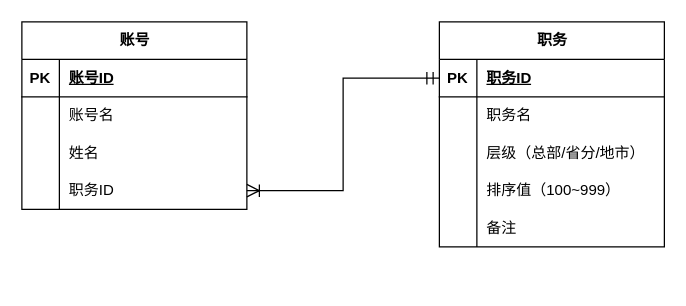
Before: page "职务表模型" (2 of 2) of 铁塔4A2025.drawio in 158698706/tt4a, a draw.io diagram. Source tidied: cells renumbered, new cells numbered last; positions are measured from the earlier drawing's top-left corner, leaving out a move shared by most shapes. Both pictures are drawn from the tidied source at 125%, with x=0, y=0 at pixel (21, 21).
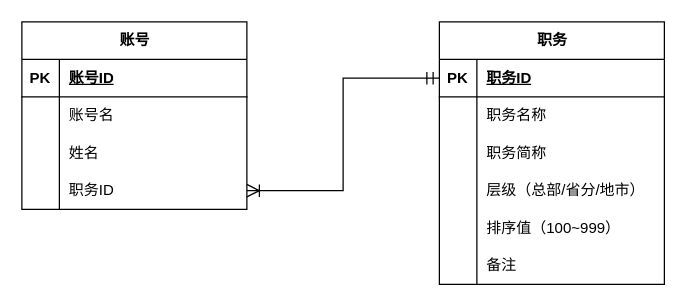
Above is the later version.

The change refers to these unchanged cells:
```xml
<mxCell id="19" style="shape=tableRow;horizontal=0;startSize=0;swimlaneHead=0;swimlaneBody=0;fillColor=none;top=0;left=0;right=0;bottom=0;" parent="15" vertex="1">
  <mxGeometry y="60" width="180" height="30" as="geometry" />
</mxCell>
```

Change to the diagram source:
```diff
@@
     <mxCell id="15" value="职务" style="shape=table;startSize=30;childLayout=tableLayout;rowLines=0;fontStyle=1;align=center;html=1;" parent="1" vertex="1">
-      <mxGeometry x="334" width="180" height="180" as="geometry" />
+      <mxGeometry x="334" width="180" height="210" as="geometry" />
     </mxCell>
@@
-    <mxCell id="21" value="职务名" style="shape=partialRectangle;fillColor=none;top=0;left=0;bottom=0;right=0;align=left;spacingLeft=6;overflow=hidden;whiteSpace=wrap;html=1;" parent="19" vertex="1">
+    <mxCell id="21" value="职务名称" style="shape=partialRectangle;fillColor=none;top=0;left=0;bottom=0;right=0;align=left;spacingLeft=6;overflow=hidden;whiteSpace=wrap;html=1;" parent="19" vertex="1">
       <mxGeometry x="30" width="150" height="30" as="geometry" />
     </mxCell>
+    <mxCell id="32" style="shape=tableRow;horizontal=0;startSize=0;swimlaneHead=0;swimlaneBody=0;fillColor=none;top=0;left=0;right=0;bottom=0;" parent="15" vertex="1">
+      <mxGeometry y="90" width="180" height="30" as="geometry" />
+    </mxCell>
+    <mxCell id="33" style="shape=partialRectangle;fillColor=none;top=0;left=0;bottom=0;right=0;overflow=hidden;whiteSpace=wrap;html=1;" parent="32" vertex="1">
+      <mxGeometry width="30" height="30" as="geometry" />
+    </mxCell>
+    <mxCell id="34" value="职务简称" style="shape=partialRectangle;fillColor=none;top=0;left=0;bottom=0;right=0;align=left;spacingLeft=6;overflow=hidden;whiteSpace=wrap;html=1;" parent="32" vertex="1">
+      <mxGeometry x="30" width="150" height="30" as="geometry" />
+    </mxCell>
     <mxCell id="22" style="shape=tableRow;horizontal=0;startSize=0;swimlaneHead=0;swimlaneBody=0;fillColor=none;top=0;left=0;right=0;bottom=0;" parent="15" vertex="1">
-      <mxGeometry y="90" width="180" height="30" as="geometry" />
+      <mxGeometry y="120" width="180" height="30" as="geometry" />
     </mxCell>
@@
     <mxCell id="25" style="shape=tableRow;horizontal=0;startSize=0;swimlaneHead=0;swimlaneBody=0;fillColor=none;top=0;left=0;right=0;bottom=0;" parent="15" vertex="1">
-      <mxGeometry y="120" width="180" height="30" as="geometry" />
+      <mxGeometry y="150" width="180" height="30" as="geometry" />
     </mxCell>
@@
     <mxCell id="28" style="shape=tableRow;horizontal=0;startSize=0;swimlaneHead=0;swimlaneBody=0;fillColor=none;top=0;left=0;right=0;bottom=0;" parent="15" vertex="1">
-      <mxGeometry y="150" width="180" height="30" as="geometry" />
+      <mxGeometry y="180" width="180" height="30" as="geometry" />
     </mxCell>
```
